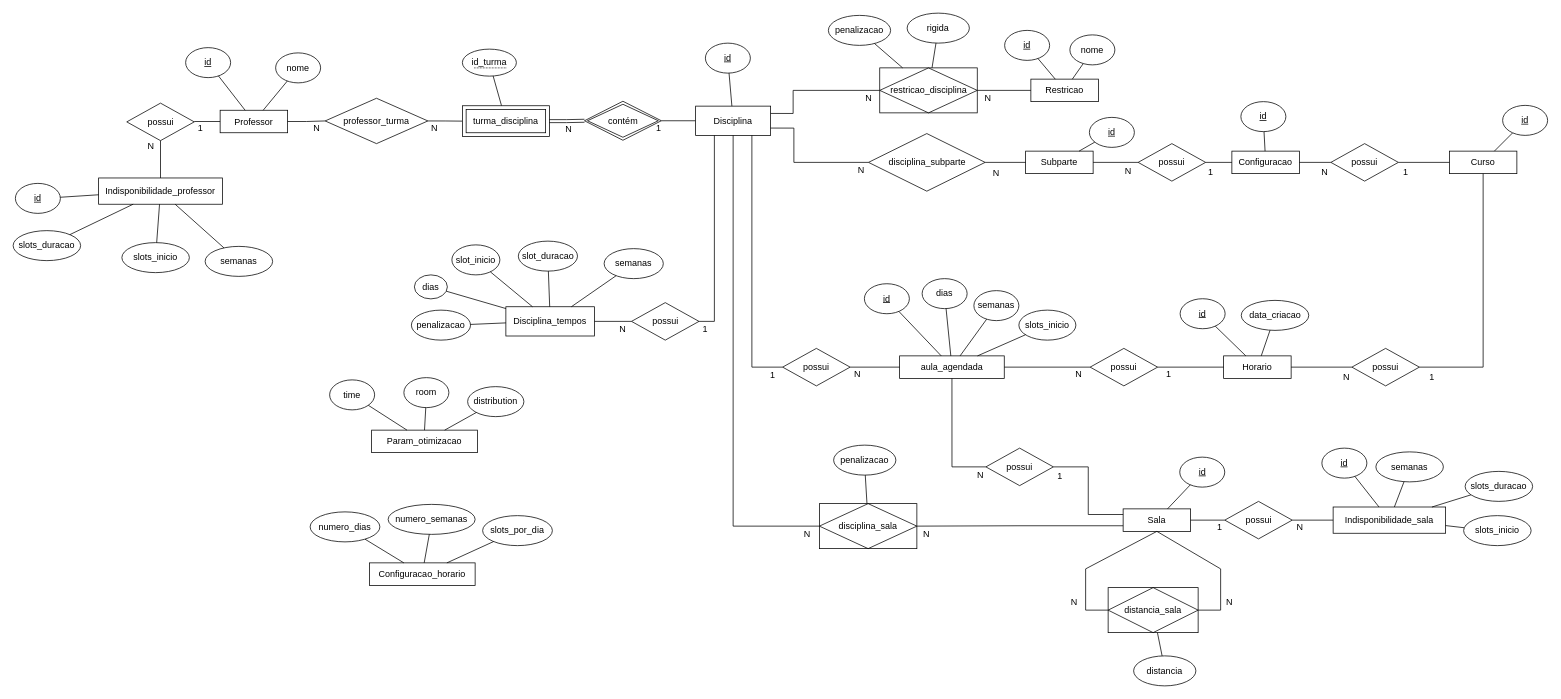
Earlier version of the draw.io diagram Tese/diagramas/base_dados_agendamento.drawio (RRamos19/Master-Thesis). Source tidied: cells renumbered, new cells numbered last; positions are measured from the earlier drawing's top-left corner, leaving out a move shared by most shapes. Both pictures are drawn from the tidied source at 75%, with x=0, y=0 at pixel (13, 13).
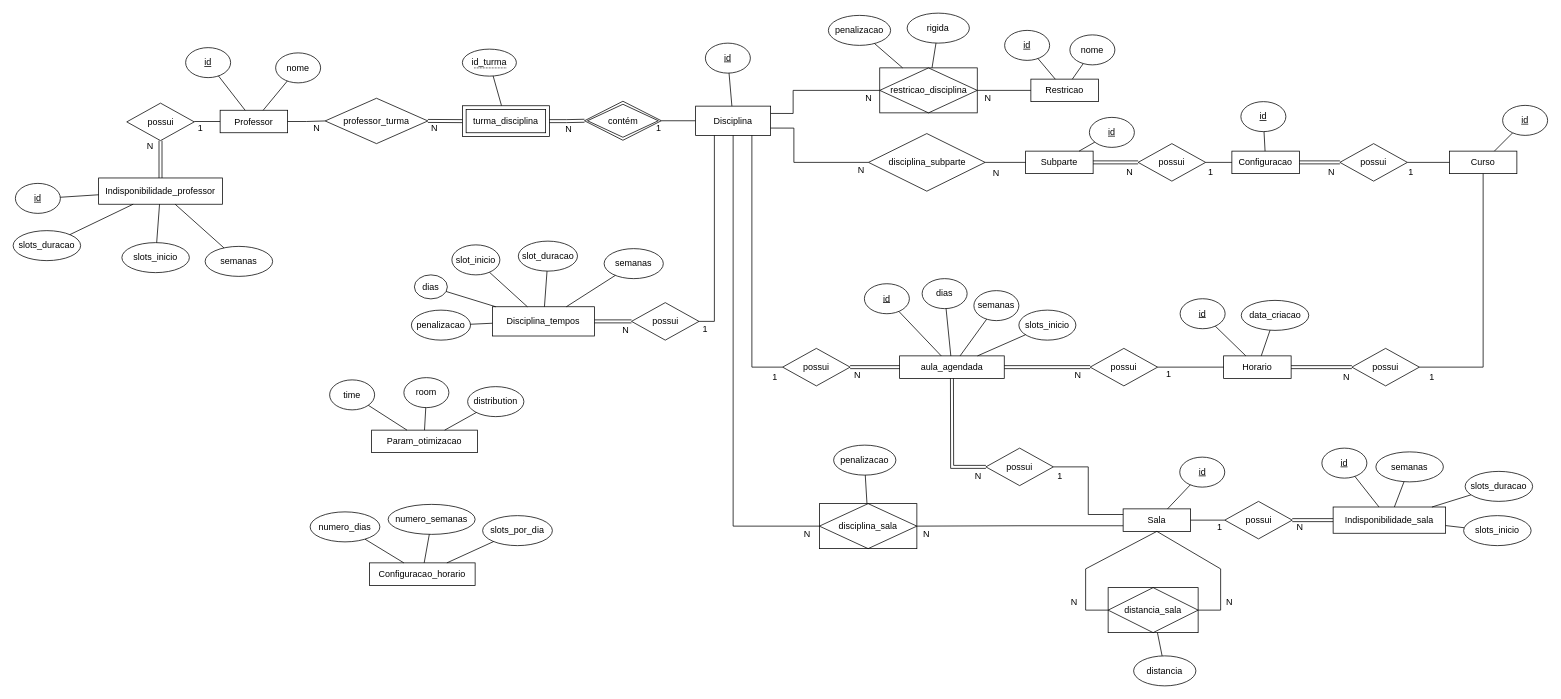
After the change.

Commit message (it also covers changes not shown here):
Correction of the ER diagram. Optimization tag parsing completed.

Unchanged cells that the change refers to:
```xml
<mxCell id="4" value="Horario" style="rounded=0;whiteSpace=wrap;html=1;" parent="1" vertex="1">
  <mxGeometry x="1614" y="457" width="90" height="30" as="geometry" />
</mxCell>
<mxCell id="36" value="Indisponibilidade_sala" style="rounded=0;whiteSpace=wrap;html=1;" parent="1" vertex="1">
  <mxGeometry x="1760" y="658.5" width="150" height="35" as="geometry" />
</mxCell>
<mxCell id="57" value="possui" style="shape=rhombus;perimeter=rhombusPerimeter;whiteSpace=wrap;html=1;align=center;" parent="1" vertex="1">
  <mxGeometry x="1615.5" y="651" width="90" height="50" as="geometry" />
</mxCell>
<mxCell id="58" value="aula_agendada" style="rounded=0;whiteSpace=wrap;html=1;" parent="1" vertex="1">
  <mxGeometry x="1182" y="457" width="139.5" height="30" as="geometry" />
</mxCell>
<mxCell id="59" value="possui" style="shape=rhombus;perimeter=rhombusPerimeter;whiteSpace=wrap;html=1;align=center;" parent="1" vertex="1">
  <mxGeometry x="1436" y="447" width="90" height="50" as="geometry" />
</mxCell>
<mxCell id="64" value="Indisponibilidade_professor" style="rounded=0;whiteSpace=wrap;html=1;" parent="1" vertex="1">
  <mxGeometry x="114" y="219.8" width="165" height="35" as="geometry" />
</mxCell>
<mxCell id="73" value="possui" style="shape=rhombus;perimeter=rhombusPerimeter;whiteSpace=wrap;html=1;align=center;" parent="1" vertex="1">
  <mxGeometry x="151.5" y="120" width="90" height="50" as="geometry" />
</mxCell>
<mxCell id="78" value="possui" style="shape=rhombus;perimeter=rhombusPerimeter;whiteSpace=wrap;html=1;align=center;" parent="1" vertex="1">
  <mxGeometry x="1785" y="447" width="90" height="50" as="geometry" />
</mxCell>
<mxCell id="83" value="Configuracao" style="rounded=0;whiteSpace=wrap;html=1;" parent="1" vertex="1">
  <mxGeometry x="1625" y="184" width="90" height="30" as="geometry" />
</mxCell>
<mxCell id="84" value="Subparte" style="rounded=0;whiteSpace=wrap;html=1;" parent="1" vertex="1">
  <mxGeometry x="1350" y="184" width="90" height="30" as="geometry" />
</mxCell>
<mxCell id="85" value="possui" style="shape=rhombus;perimeter=rhombusPerimeter;whiteSpace=wrap;html=1;align=center;" parent="1" vertex="1">
  <mxGeometry x="1500" y="174" width="90" height="50" as="geometry" />
</mxCell>
<mxCell id="118" value="possui" style="shape=rhombus;perimeter=rhombusPerimeter;whiteSpace=wrap;html=1;align=center;" parent="1" vertex="1">
  <mxGeometry x="824.5" y="386" width="90" height="50" as="geometry" />
</mxCell>
<mxCell id="137" value="possui" style="shape=rhombus;perimeter=rhombusPerimeter;whiteSpace=wrap;html=1;align=center;" parent="1" vertex="1">
  <mxGeometry x="1297" y="580" width="90" height="50" as="geometry" />
</mxCell>
<mxCell id="153" value="possui" style="shape=rhombus;perimeter=rhombusPerimeter;whiteSpace=wrap;html=1;align=center;" parent="1" vertex="1">
  <mxGeometry x="1026" y="447" width="90" height="50" as="geometry" />
</mxCell>
<mxCell id="161" value="professor_turma" style="shape=rhombus;perimeter=rhombusPerimeter;whiteSpace=wrap;html=1;align=center;" parent="1" vertex="1">
  <mxGeometry x="416" y="113.5" width="137" height="60.5" as="geometry" />
</mxCell>
<mxCell id="166" value="turma_disciplina" style="shape=ext;margin=3;double=1;whiteSpace=wrap;html=1;align=center;" parent="1" vertex="1">
  <mxGeometry x="599" y="123.5" width="116" height="41" as="geometry" />
</mxCell>
```

Diff of the diagram source:
```diff
@@
-    <mxCell id="2" style="edgeStyle=orthogonalEdgeStyle;rounded=0;jettySize=auto;html=1;endArrow=none;startFill=0;exitX=1;exitY=0.5;exitDx=0;exitDy=0;entryX=0;entryY=0.5;entryDx=0;entryDy=0;" parent="1" edge="1" source="161" target="166">
-      <mxGeometry relative="1" as="geometry" />
-    </mxCell>
@@
-    <mxCell id="38" style="endArrow=none;html=1;rounded=0;edgeStyle=orthogonalEdgeStyle;entryX=1;entryY=0.5;entryDx=0;entryDy=0;exitX=0;exitY=0.5;exitDx=0;exitDy=0;" parent="1" edge="1" source="36" target="57">
-      <mxGeometry relative="1" as="geometry" />
-    </mxCell>
@@
-    <mxCell id="60" style="endArrow=none;html=1;rounded=0;exitX=0;exitY=0.5;exitDx=0;exitDy=0;edgeStyle=orthogonalEdgeStyle;entryX=1;entryY=0.5;entryDx=0;entryDy=0;" parent="1" edge="1" source="59" target="58">
-      <mxGeometry relative="1" as="geometry" />
-    </mxCell>
-    <mxCell id="61" style="endArrow=none;html=1;rounded=0;edgeStyle=orthogonalEdgeStyle;entryX=1;entryY=0.5;entryDx=0;entryDy=0;exitX=0;exitY=0.5;exitDx=0;exitDy=0;" parent="1" edge="1" source="4" target="59">
-      <mxGeometry relative="1" as="geometry" />
-    </mxCell>
     <mxCell id="62" value="N" style="text;html=1;align=center;verticalAlign=middle;whiteSpace=wrap;rounded=0;" parent="1" vertex="1">
-      <mxGeometry x="1406" y="467" width="30" height="30" as="geometry" />
+      <mxGeometry x="1405" y="468" width="30" height="30" as="geometry" />
     </mxCell>
@@
-    <mxCell id="75" style="edgeStyle=orthogonalEdgeStyle;rounded=0;jettySize=auto;html=1;endArrow=none;startFill=0;exitX=0.5;exitY=1;exitDx=0;exitDy=0;entryX=0.5;entryY=0;entryDx=0;entryDy=0;" parent="1" edge="1" source="73" target="64">
-      <mxGeometry relative="1" as="geometry" />
-    </mxCell>
@@
     <mxCell id="77" value="N" style="text;html=1;align=center;verticalAlign=middle;whiteSpace=wrap;rounded=0;" parent="1" vertex="1">
-      <mxGeometry x="169" y="163" width="30" height="30" as="geometry" />
+      <mxGeometry x="167.5" y="162" width="30" height="30" as="geometry" />
     </mxCell>
@@
-    <mxCell id="79" style="endArrow=none;html=1;rounded=0;entryX=1;entryY=0.5;entryDx=0;entryDy=0;edgeStyle=orthogonalEdgeStyle;exitX=0;exitY=0.5;exitDx=0;exitDy=0;" parent="1" edge="1" source="78" target="4">
-      <mxGeometry relative="1" as="geometry" />
-    </mxCell>
@@
-    <mxCell id="86" style="edgeStyle=orthogonalEdgeStyle;rounded=0;jettySize=auto;html=1;endArrow=none;startFill=0;exitX=1;exitY=0.5;exitDx=0;exitDy=0;entryX=0;entryY=0.5;entryDx=0;entryDy=0;" parent="1" edge="1" source="84" target="85">
-      <mxGeometry relative="1" as="geometry" />
-    </mxCell>
@@
-    <mxCell id="88" style="edgeStyle=orthogonalEdgeStyle;rounded=0;jettySize=auto;html=1;endArrow=none;startFill=0;entryX=1;entryY=0.5;entryDx=0;entryDy=0;exitX=0;exitY=0.5;exitDx=0;exitDy=0;" parent="1" edge="1" source="89" target="83">
-      <mxGeometry relative="1" as="geometry" />
-    </mxCell>
     <mxCell id="89" value="possui" style="shape=rhombus;perimeter=rhombusPerimeter;whiteSpace=wrap;html=1;align=center;" parent="1" vertex="1">
-      <mxGeometry x="1757" y="174" width="90" height="50" as="geometry" />
+      <mxGeometry x="1769" y="174" width="90" height="50" as="geometry" />
     </mxCell>
@@
     <mxCell id="91" value="N" style="text;html=1;align=center;verticalAlign=middle;whiteSpace=wrap;rounded=0;" parent="1" vertex="1">
-      <mxGeometry x="1467" y="196" width="40" height="30" as="geometry" />
+      <mxGeometry x="1469" y="197" width="40" height="30" as="geometry" />
     </mxCell>
@@
     <mxCell id="93" value="N" style="text;html=1;align=center;verticalAlign=middle;whiteSpace=wrap;rounded=0;" parent="1" vertex="1">
-      <mxGeometry x="1729" y="197" width="40" height="30" as="geometry" />
+      <mxGeometry x="1738" y="197" width="40" height="30" as="geometry" />
     </mxCell>
     <mxCell id="94" value="1" style="text;html=1;align=center;verticalAlign=middle;whiteSpace=wrap;rounded=0;" parent="1" vertex="1">
-      <mxGeometry x="1837" y="197" width="40" height="30" as="geometry" />
+      <mxGeometry x="1844" y="197" width="40" height="30" as="geometry" />
     </mxCell>
@@
     <mxCell id="117" value="Disciplina_tempos" style="rounded=0;whiteSpace=wrap;html=1;" parent="1" vertex="1">
-      <mxGeometry x="657" y="391.5" width="118.2" height="39" as="geometry" />
+      <mxGeometry x="639" y="391.5" width="136.2" height="39" as="geometry" />
     </mxCell>
@@
-    <mxCell id="121" style="edgeStyle=orthogonalEdgeStyle;rounded=0;jettySize=auto;html=1;endArrow=none;startFill=0;exitX=0;exitY=0.5;exitDx=0;exitDy=0;entryX=1;entryY=0.5;entryDx=0;entryDy=0;" parent="1" edge="1" source="118" target="117">
-      <mxGeometry relative="1" as="geometry" />
-    </mxCell>
@@
     <mxCell id="123" value="N" style="text;html=1;align=center;verticalAlign=middle;whiteSpace=wrap;rounded=0;" parent="1" vertex="1">
-      <mxGeometry x="793" y="406" width="40" height="30" as="geometry" />
+      <mxGeometry x="797" y="407.5" width="40" height="30" as="geometry" />
     </mxCell>
@@
-    <mxCell id="139" style="edgeStyle=orthogonalEdgeStyle;rounded=0;jettySize=auto;html=1;endArrow=none;startFill=0;exitX=0;exitY=0.5;exitDx=0;exitDy=0;entryX=0.5;entryY=1;entryDx=0;entryDy=0;" parent="1" edge="1" source="137" target="58">
-      <mxGeometry relative="1" as="geometry" />
-    </mxCell>
@@
     <mxCell id="144" value="N" style="text;html=1;align=center;verticalAlign=middle;whiteSpace=wrap;rounded=0;" parent="1" vertex="1">
-      <mxGeometry x="1275" y="601" width="30" height="30" as="geometry" />
+      <mxGeometry x="1272" y="602" width="30" height="30" as="geometry" />
     </mxCell>
@@
-    <mxCell id="154" style="edgeStyle=orthogonalEdgeStyle;rounded=0;jettySize=auto;html=1;endArrow=none;startFill=0;exitX=0;exitY=0.5;exitDx=0;exitDy=0;entryX=1;entryY=0.5;entryDx=0;entryDy=0;" parent="1" edge="1" source="58" target="153">
-      <mxGeometry relative="1" as="geometry" />
-    </mxCell>
@@
     <mxCell id="156" value="1" style="text;html=1;align=center;verticalAlign=middle;whiteSpace=wrap;rounded=0;" parent="1" vertex="1">
-      <mxGeometry x="998" y="468" width="30" height="30" as="geometry" />
+      <mxGeometry x="1001" y="470.5" width="30" height="30" as="geometry" />
     </mxCell>
     <mxCell id="157" value="N" style="text;html=1;align=center;verticalAlign=middle;whiteSpace=wrap;rounded=0;" parent="1" vertex="1">
-      <mxGeometry x="1110.5" y="467" width="30" height="30" as="geometry" />
+      <mxGeometry x="1110.5" y="468" width="30" height="30" as="geometry" />
     </mxCell>
@@
-    <mxCell id="164" value="contém" style="shape=rhombus;double=1;perimeter=rhombusPerimeter;whiteSpace=wrap;html=1;align=center;" parent="1" vertex="1">
+    <mxCell id="164" value="contém" style="shape=rhombus;double=1;perimeter=rhombusPerimeter;whiteSpace=wrap;html=1;align=center;arcSize=20;" parent="1" vertex="1">
       <mxGeometry x="761.8" y="117.5" width="102.5" height="52" as="geometry" />
     </mxCell>
@@
+    <mxCell id="75" style="shape=link;html=1;rounded=0;exitX=0.5;exitY=1;exitDx=0;exitDy=0;" parent="1" edge="1" source="73" target="64">
+      <mxGeometry relative="1" as="geometry" />
+    </mxCell>
+    <mxCell id="2" style="shape=link;html=1;rounded=0;exitX=1;exitY=0.5;exitDx=0;exitDy=0;entryX=0;entryY=0.5;entryDx=0;entryDy=0;" parent="1" edge="1" source="161" target="166">
+      <mxGeometry relative="1" as="geometry" />
+    </mxCell>
+    <mxCell id="170" style="shape=link;html=1;rounded=0;exitX=1;exitY=0.5;exitDx=0;exitDy=0;entryX=0;entryY=0.5;entryDx=0;entryDy=0;" parent="1" edge="1" source="117" target="118">
+      <mxGeometry relative="1" as="geometry" />
+    </mxCell>
+    <mxCell id="60" style="shape=link;html=1;rounded=0;entryX=1;entryY=0.5;entryDx=0;entryDy=0;exitX=0;exitY=0.5;exitDx=0;exitDy=0;" parent="1" edge="1" source="59" target="58">
+      <mxGeometry relative="1" as="geometry" />
+    </mxCell>
+    <mxCell id="154" style="shape=link;html=1;rounded=0;entryX=1;entryY=0.5;entryDx=0;entryDy=0;exitX=0;exitY=0.5;exitDx=0;exitDy=0;" parent="1" edge="1" source="58" target="153">
+      <mxGeometry relative="1" as="geometry" />
+    </mxCell>
+    <mxCell id="139" style="shape=link;html=1;rounded=0;entryX=0.5;entryY=1;entryDx=0;entryDy=0;exitX=0;exitY=0.5;exitDx=0;exitDy=0;" parent="1" edge="1" source="137" target="58">
+      <mxGeometry relative="1" as="geometry">
+        <Array as="points">
+          <mxPoint x="1252" y="605" />
+        </Array>
+      </mxGeometry>
+    </mxCell>
+    <mxCell id="61" style="endArrow=none;html=1;rounded=0;entryX=1;entryY=0.5;entryDx=0;entryDy=0;edgeStyle=orthogonalEdgeStyle;exitX=0;exitY=0.5;exitDx=0;exitDy=0;" parent="1" edge="1" source="4" target="59">
+      <mxGeometry relative="1" as="geometry" />
+    </mxCell>
+    <mxCell id="79" style="shape=link;html=1;rounded=0;entryX=1;entryY=0.5;entryDx=0;entryDy=0;exitX=0;exitY=0.5;exitDx=0;exitDy=0;" parent="1" edge="1" source="78" target="4">
+      <mxGeometry relative="1" as="geometry" />
+    </mxCell>
+    <mxCell id="88" style="shape=link;html=1;rounded=0;entryX=1;entryY=0.5;entryDx=0;entryDy=0;exitX=0;exitY=0.5;exitDx=0;exitDy=0;" parent="1" edge="1" source="89" target="83">
+      <mxGeometry relative="1" as="geometry" />
+    </mxCell>
+    <mxCell id="171" style="shape=link;html=1;rounded=0;entryX=1;entryY=0.5;entryDx=0;entryDy=0;exitX=0;exitY=0.5;exitDx=0;exitDy=0;" parent="1" edge="1" source="85" target="84">
+      <mxGeometry relative="1" as="geometry" />
+    </mxCell>
+    <mxCell id="38" style="shape=link;html=1;rounded=0;entryX=1;entryY=0.5;entryDx=0;entryDy=0;exitX=0;exitY=0.5;exitDx=0;exitDy=0;" parent="1" edge="1" source="36" target="57">
+      <mxGeometry relative="1" as="geometry" />
+    </mxCell>
```
